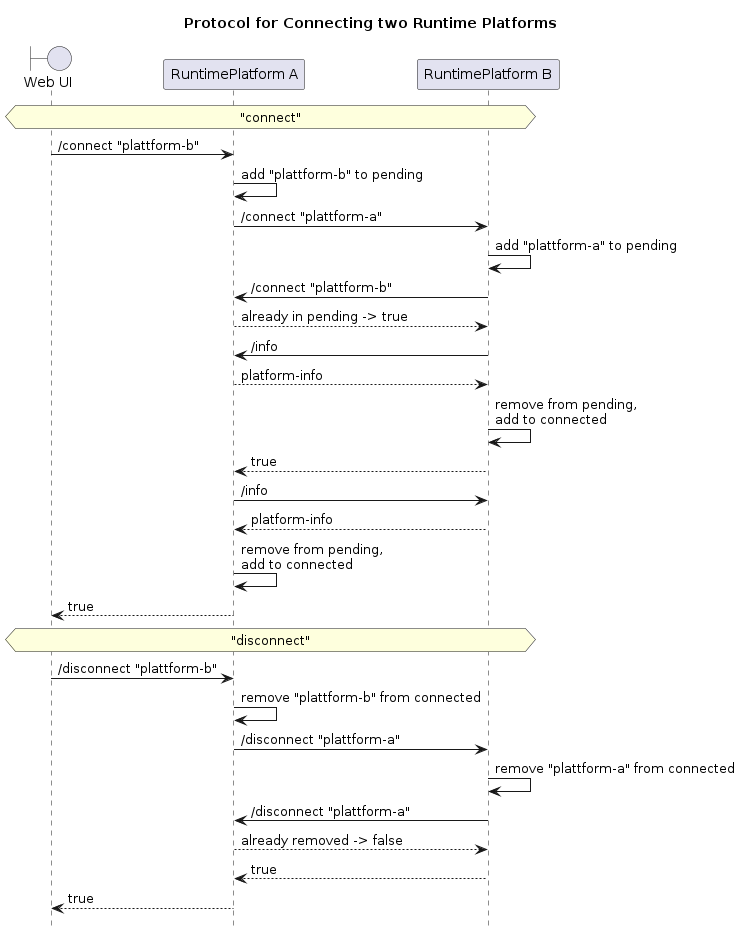
Before: doc/img/connect-platform.png, a diagram exported from PlantUML (GT-ARC/opaca-core).
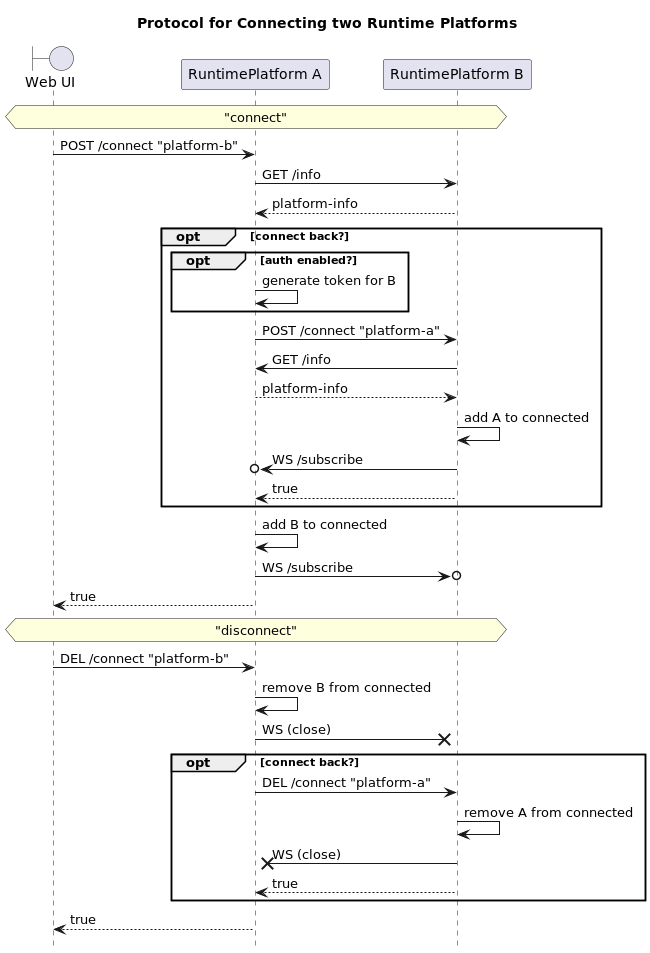
The same diagram one commit later.

Diff of the diagram source:
```diff
@@ -1,4 +1,4 @@
-@startuml
+@startuml connect-platform
 
 hide footbox
 boundary "Web UI" as U
@@ -9,30 +9,37 @@
 
 hnote across: "connect"
 
-U -> A: /connect "plattform-b"
-A -> A: add "plattform-b" to pending
-A -> B: /connect "plattform-a"
-B -> B: add "plattform-a" to pending
-B -> A: /connect "plattform-b"
-A --> B: already in pending -> true
-B -> A: /info
-A --> B: platform-info
-B -> B: remove from pending,\nadd to connected
-B --> A: true
-A -> B: /info
-B --> A: platform-info
-A -> A: remove from pending,\nadd to connected
-A --> U: true
+U -> A: POST /connect "platform-b"
+A -> B: GET /info
+A <-- B: platform-info
+
+group opt [connect back?]
+    group opt [auth enabled?]
+        A -> A: generate token for B
+    end
+    A -> B: POST /connect "platform-a"
+    A <- B: GET /info
+    A --> B: platform-info
+    B -> B: add A to connected
+    A o<- B: WS /subscribe
+    A <-- B: true
+end
+A -> A: add B to connected
+A ->o B: WS /subscribe
+
+U <-- A: true
 
 hnote across: "disconnect"
 
-U -> A: /disconnect "plattform-b"
-A -> A: remove "plattform-b" from connected
-A -> B: /disconnect "plattform-a"
-B -> B: remove "plattform-a" from connected
-B -> A: /disconnect "plattform-a"
-A --> B: already removed -> false
-B --> A: true
-A --> U: true
+U -> A: DEL /connect "platform-b"
+A -> A: remove B from connected
+A ->x B: WS (close)
+group opt [connect back?]
+    A -> B: DEL /connect "platform-a"
+    B -> B: remove A from connected
+    A x<- B: WS (close)
+    A <-- B: true
+end
+U <-- A: true
 
 @enduml
```
